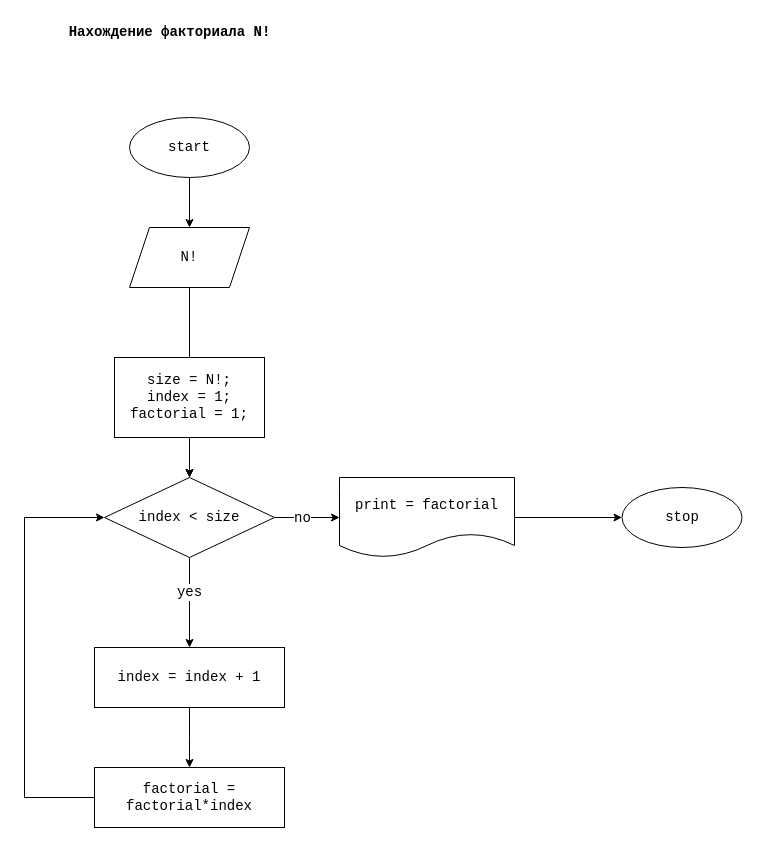
This is ДЗ-2 Составить блок-схему нахождения факториала N. (2).drawio from iyuninva/-, a draw.io file, before an edit. Source tidied: cells renumbered, new cells numbered last; positions are measured from the earlier drawing's top-left corner, leaving out a move shared by most shapes. Both pictures are drawn from the tidied source at 100%, with x=0, y=0 at pixel (24, 17).
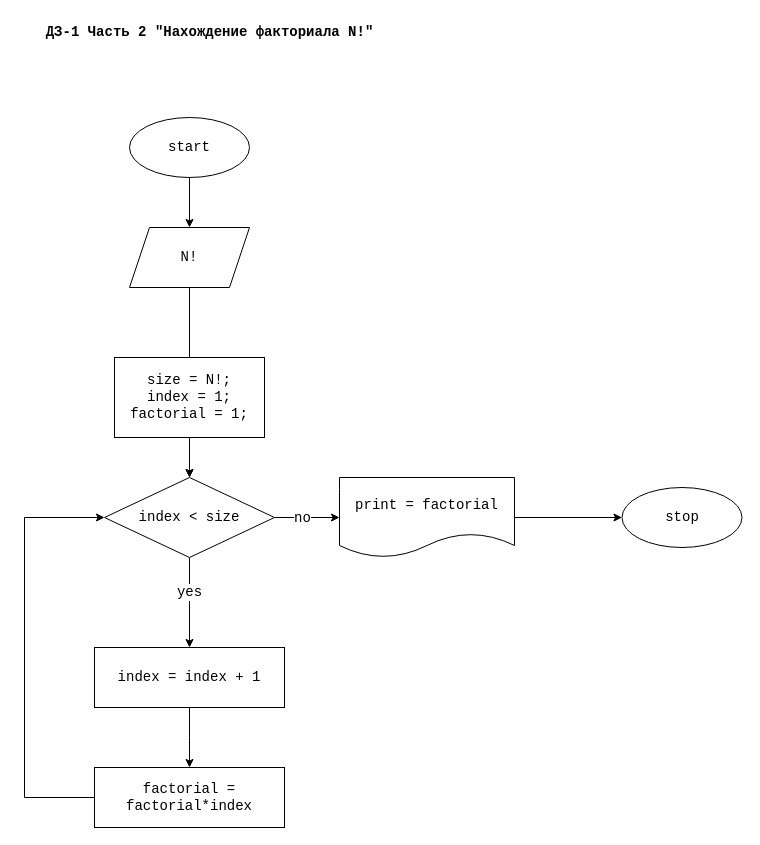
The same page after the edit.

Change to the diagram source:
```diff
@@
-    <mxCell id="2" value="Нахождение факториала N!" style="text;html=1;align=center;verticalAlign=middle;strokeColor=none;fillColor=none;fontFamily=Courier New;fontSize=14;fontStyle=1;" parent="1" vertex="1">
-      <mxGeometry x="30" width="230" height="30" as="geometry" />
+    <mxCell id="2" value="ДЗ-1 Часть 2 &quot;Нахождение факториала N!&quot;" style="text;html=1;align=center;verticalAlign=middle;strokeColor=none;fillColor=none;fontFamily=Courier New;fontSize=14;fontStyle=1;" parent="1" vertex="1">
+      <mxGeometry x="10" width="350" height="30" as="geometry" />
     </mxCell>
```
